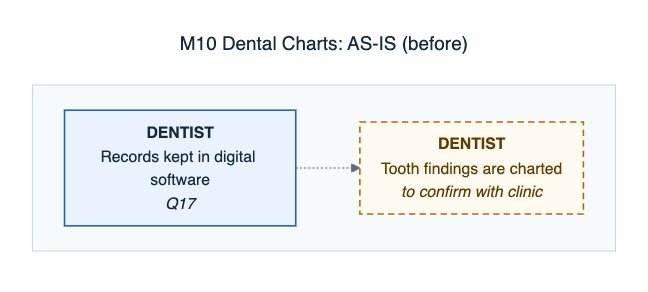
Earlier version of the Mermaid export docs/defense/diagrams/png/M10-dental-charts-as-is.png (0phem/multibranch-dental-clinic). Its source is kept beside it as docs/defense/diagrams/M10-dental-charts-as-is.mmd. Source of this version:
```mermaid
---
title: "M10 Dental Charts: AS-IS (before)"
---
flowchart TB
    subgraph L2[" "]
    direction LR
      S0["<b>DENTIST</b><br/>Records kept in digital software<br/><i>Q17</i>"]:::cited
      S1["<b>DENTIST</b><br/>Tooth findings are charted<br/><i>to confirm with clinic</i>"]:::confirm
    end
    S0 -.-> S1
    classDef cited fill:#eaf3fd,stroke:#1865ac,color:#142a40,stroke-width:1.5px
    classDef confirm fill:#fffaf0,stroke:#b26a00,color:#5e3c00,stroke-width:1.5px,stroke-dasharray:6 4
    classDef auto fill:#e6f5ee,stroke:#0c7f75,color:#0f3d33,stroke-width:1.5px
    classDef manual fill:#eaf3fd,stroke:#1865ac,color:#142a40,stroke-width:1.5px
    classDef mock fill:#f3f5f7,stroke:#5a6b7d,color:#3a4e63,stroke-width:1.5px,stroke-dasharray:3 3
    classDef planned fill:#ffffff,stroke:#5a6b7d,color:#3a4e63,stroke-width:1.5px,stroke-dasharray:6 4
```
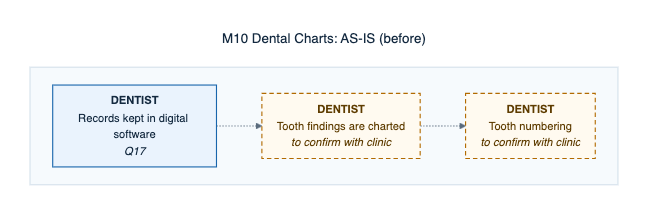
The same file after the commit.

The edit, as a diff of the source:
```diff
@@ -6,8 +6,10 @@
     direction LR
       S0["<b>DENTIST</b><br/>Records kept in digital software<br/><i>Q17</i>"]:::cited
       S1["<b>DENTIST</b><br/>Tooth findings are charted<br/><i>to confirm with clinic</i>"]:::confirm
+      S2["<b>DENTIST</b><br/>Tooth numbering<br/><i>to confirm with clinic</i>"]:::confirm
     end
     S0 -.-> S1
+    S1 -.-> S2
     classDef cited fill:#eaf3fd,stroke:#1865ac,color:#142a40,stroke-width:1.5px
     classDef confirm fill:#fffaf0,stroke:#b26a00,color:#5e3c00,stroke-width:1.5px,stroke-dasharray:6 4
     classDef auto fill:#e6f5ee,stroke:#0c7f75,color:#0f3d33,stroke-width:1.5px
```
